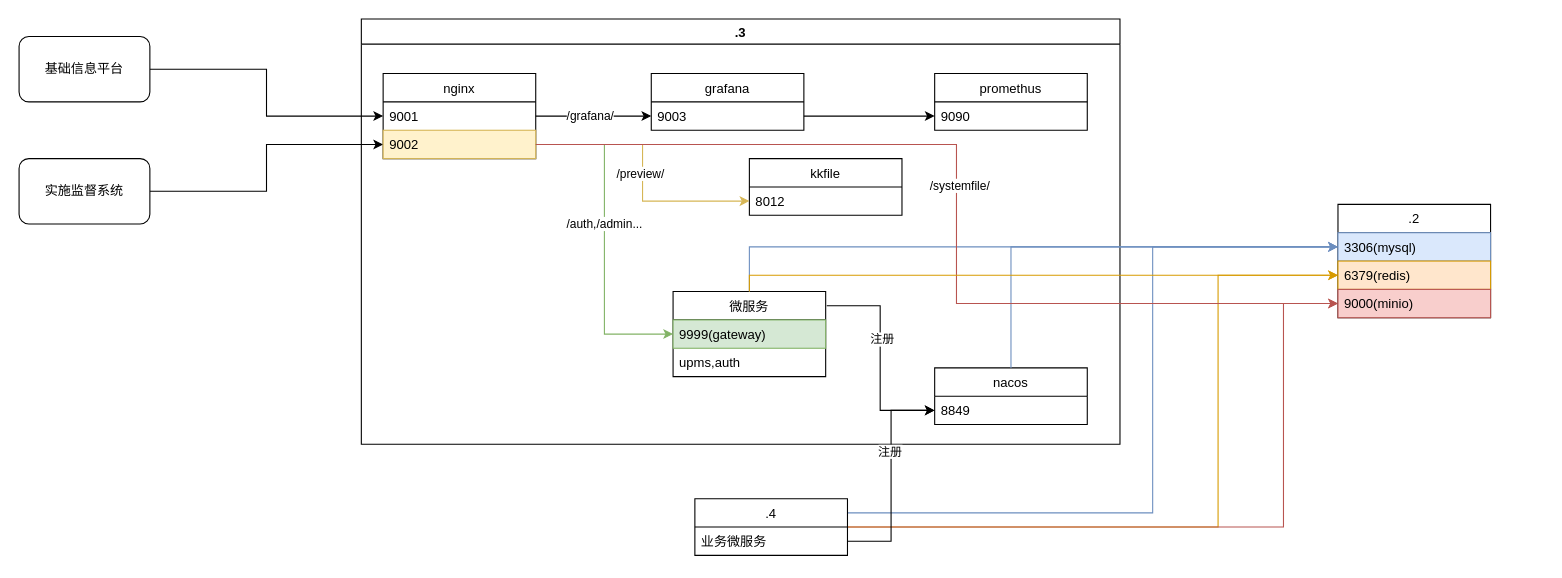
a7956232/drawIOFiles keeps this draw.io diagram as 国土空间服务器.drawio. Above is the earlier version. Source tidied: cells renumbered, new cells numbered last; positions are measured from the earlier drawing's top-left corner, leaving out a move shared by most shapes. Both pictures are drawn from the tidied source at 109%, with x=0, y=0 at pixel (19, 19).
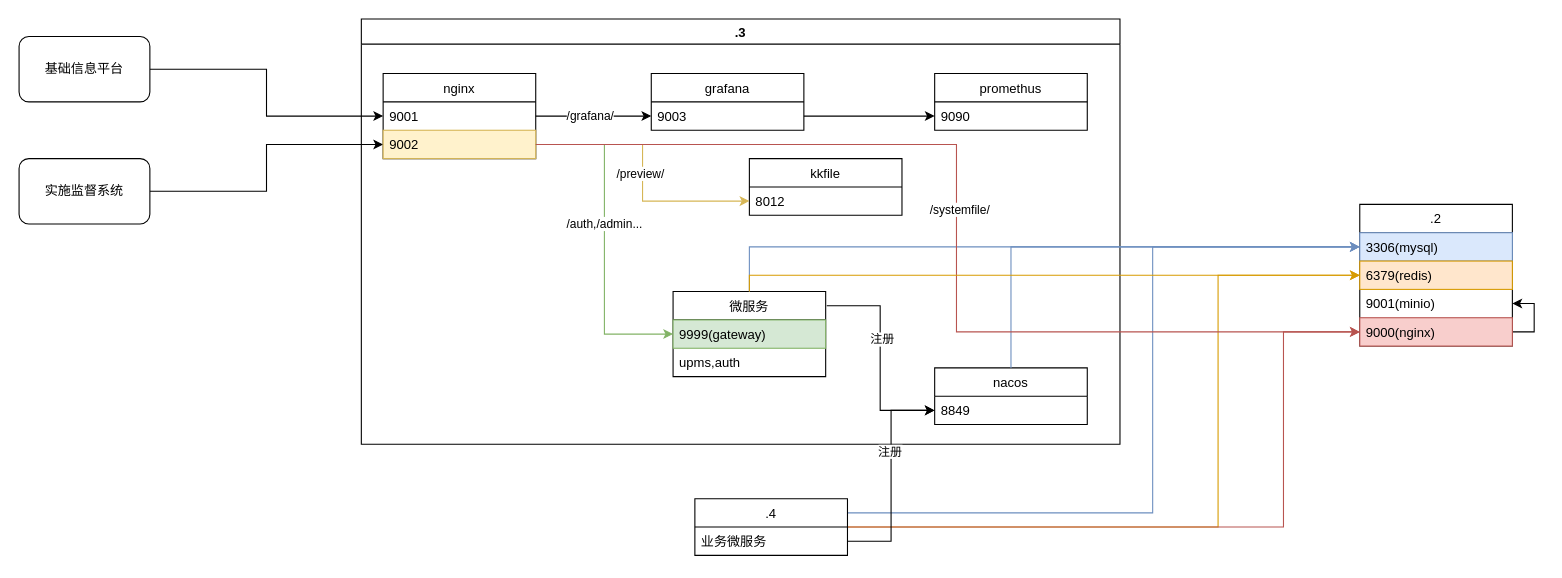
After the change.

Commit message (it also covers changes not shown here):
更新国土空间服务器.drawio

The change refers to these unchanged cells:
```xml
<mxCell id="9" value="9002" style="text;strokeColor=#d6b656;fillColor=#fff2cc;align=left;verticalAlign=top;spacingLeft=4;spacingRight=4;overflow=hidden;points=[[0,0.5],[1,0.5]];portConstraint=eastwest;" parent="7" vertex="1">
  <mxGeometry y="52" width="140" height="26" as="geometry" />
</mxCell>
<mxCell id="33" value=".4" style="swimlane;fontStyle=0;horizontal=1;startSize=26;fillColor=none;" parent="1" vertex="1">
  <mxGeometry x="620" y="440" width="140" height="52" as="geometry" />
</mxCell>
```

Change to the diagram source:
```diff
@@
-    <mxCell id="32" style="edgeStyle=orthogonalEdgeStyle;rounded=0;jettySize=auto;html=1;entryX=0;entryY=0.5;entryDx=0;entryDy=0;fillColor=#f8cecc;strokeColor=#b85450;" parent="1" edge="1" source="33" target="40">
+    <mxCell id="32" style="edgeStyle=orthogonalEdgeStyle;rounded=0;jettySize=auto;html=1;entryX=0;entryY=0.5;entryDx=0;entryDy=0;fillColor=#f8cecc;strokeColor=#b85450;" parent="1" edge="1" source="33" target="47">
       <mxGeometry relative="1" as="geometry">
         <Array as="points">
           <mxPoint x="1160" y="466" />
-          <mxPoint x="1160" y="261" />
+          <mxPoint x="1160" y="287" />
         </Array>
       </mxGeometry>
     </mxCell>
@@
     <mxCell id="37" value=".2" style="swimlane;fontStyle=0;horizontal=1;startSize=26;fillColor=none;" parent="1" vertex="1">
-      <mxGeometry x="1210" y="170" width="140" height="104" as="geometry" />
+      <mxGeometry x="1230" y="170" width="140" height="130" as="geometry" />
     </mxCell>
@@
-    <mxCell id="40" value="9000(minio)" style="text;strokeColor=#b85450;fillColor=#f8cecc;align=left;verticalAlign=top;spacingLeft=4;spacingRight=4;overflow=hidden;points=[[0,0.5],[1,0.5]];portConstraint=eastwest;" parent="37" vertex="1">
+    <mxCell id="40" value="9001(minio)" style="text;align=left;verticalAlign=top;spacingLeft=4;spacingRight=4;overflow=hidden;points=[[0,0.5],[1,0.5]];portConstraint=eastwest;" parent="37" vertex="1">
       <mxGeometry y="78" width="140" height="26" as="geometry" />
     </mxCell>
+    <mxCell id="46" style="edgeStyle=orthogonalEdgeStyle;rounded=0;jettySize=auto;html=1;entryX=1;entryY=0.5;entryDx=0;entryDy=0;" parent="37" edge="1" source="47" target="40">
+      <mxGeometry relative="1" as="geometry">
+        <Array as="points">
+          <mxPoint x="160" y="117" />
+          <mxPoint x="160" y="91" />
+        </Array>
+      </mxGeometry>
+    </mxCell>
+    <mxCell id="47" value="9000(nginx)" style="text;align=left;verticalAlign=top;spacingLeft=4;spacingRight=4;overflow=hidden;points=[[0,0.5],[1,0.5]];portConstraint=eastwest;fillColor=#f8cecc;strokeColor=#b85450;" parent="37" vertex="1">
+      <mxGeometry y="104" width="140" height="26" as="geometry" />
+    </mxCell>
@@
-    <mxCell id="43" style="edgeStyle=orthogonalEdgeStyle;rounded=0;jettySize=auto;html=1;entryX=0;entryY=0.5;entryDx=0;entryDy=0;fillColor=#f8cecc;strokeColor=#b85450;" parent="1" edge="1" source="9" target="40">
+    <mxCell id="43" style="edgeStyle=orthogonalEdgeStyle;rounded=0;jettySize=auto;html=1;entryX=0;entryY=0.5;entryDx=0;entryDy=0;fillColor=#f8cecc;strokeColor=#b85450;" parent="1" edge="1" source="9" target="47">
       <mxGeometry relative="1" as="geometry">
         <Array as="points">
           <mxPoint x="860" y="115" />
-          <mxPoint x="860" y="261" />
+          <mxPoint x="860" y="287" />
         </Array>
       </mxGeometry>
     </mxCell>
```
